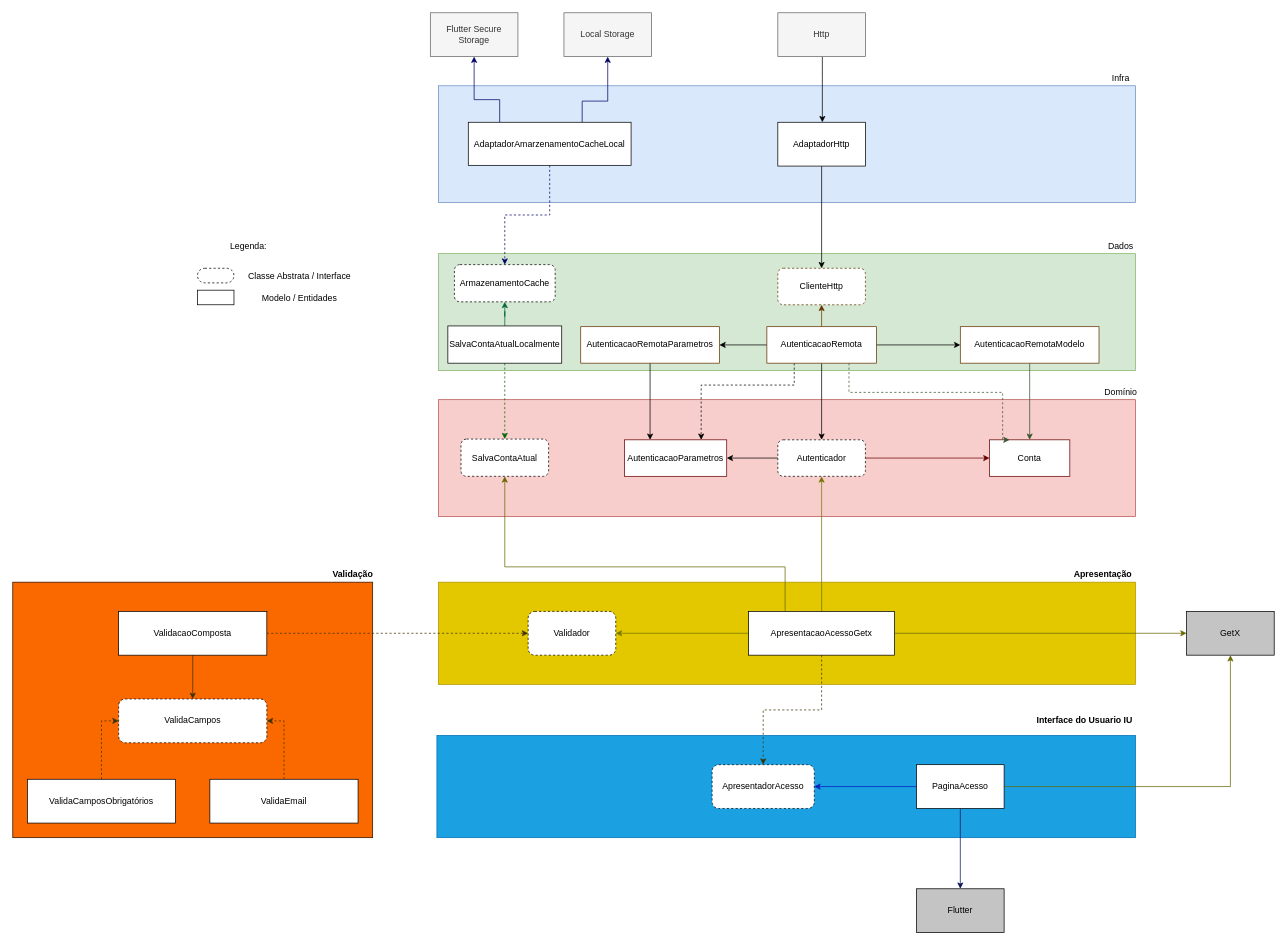
Above: page "Acesso" (2 of 4) of requisitos/Questionario - Flutter.drawio in brunopenha/questionario_flutter (draw.io), before the change. Source tidied: cells renumbered, new cells numbered last; positions are measured from the earlier drawing's top-left corner, leaving out a move shared by most shapes. Both pictures are drawn from the tidied source at 73%, with x=0, y=0 at pixel (12, 12).
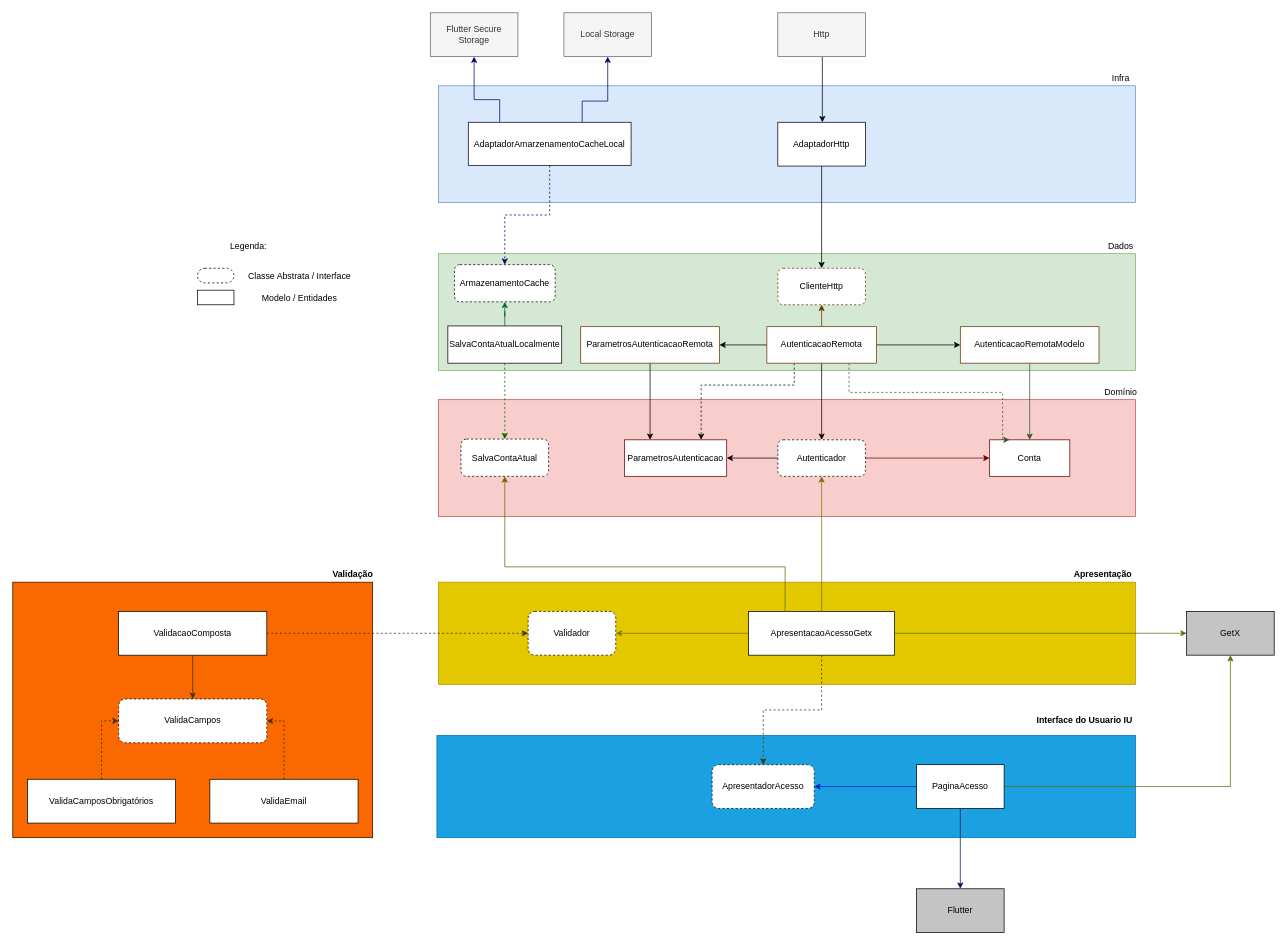
After the change.

Change to the diagram source:
```diff
@@
-    <mxCell id="26" value="AutenticacaoRemotaParametros" style="rounded=0;whiteSpace=wrap;html=1;strokeColor=#663300;" parent="1" vertex="1">
+    <mxCell id="26" value="ParametrosAutenticacaoRemota" style="rounded=0;whiteSpace=wrap;html=1;strokeColor=#663300;" parent="1" vertex="1">
       <mxGeometry x="778" y="430" width="190" height="50" as="geometry" />
     </mxCell>
@@
-    <mxCell id="29" value="AutenticacaoParametros" style="rounded=0;whiteSpace=wrap;html=1;strokeColor=#660000;" parent="1" vertex="1">
+    <mxCell id="29" value="ParametrosAutenticacao" style="rounded=0;whiteSpace=wrap;html=1;strokeColor=#660000;" parent="1" vertex="1">
       <mxGeometry x="838" y="585" width="140" height="50" as="geometry" />
     </mxCell>
```
